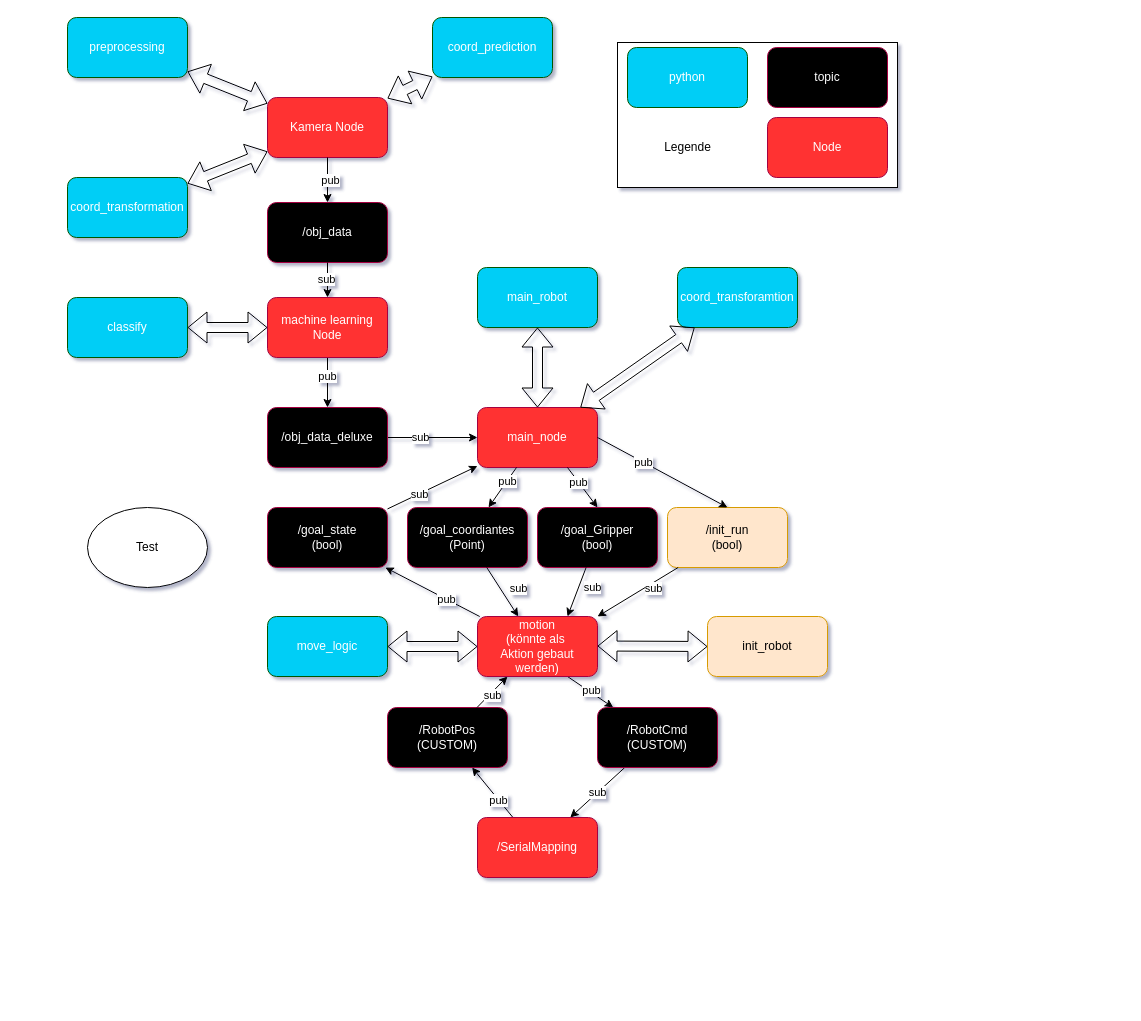
Above: misc/architecture/SW_architecture_v3_pending.drawio in ibinsandig/Portal-zur-Exmatrikulation (draw.io), before the change. Source tidied: cells renumbered, new cells numbered last; positions are measured from the earlier drawing's top-left corner, leaving out a move shared by most shapes. Both pictures are drawn from the tidied source at 100%, with x=0, y=0 at pixel (67, 17).
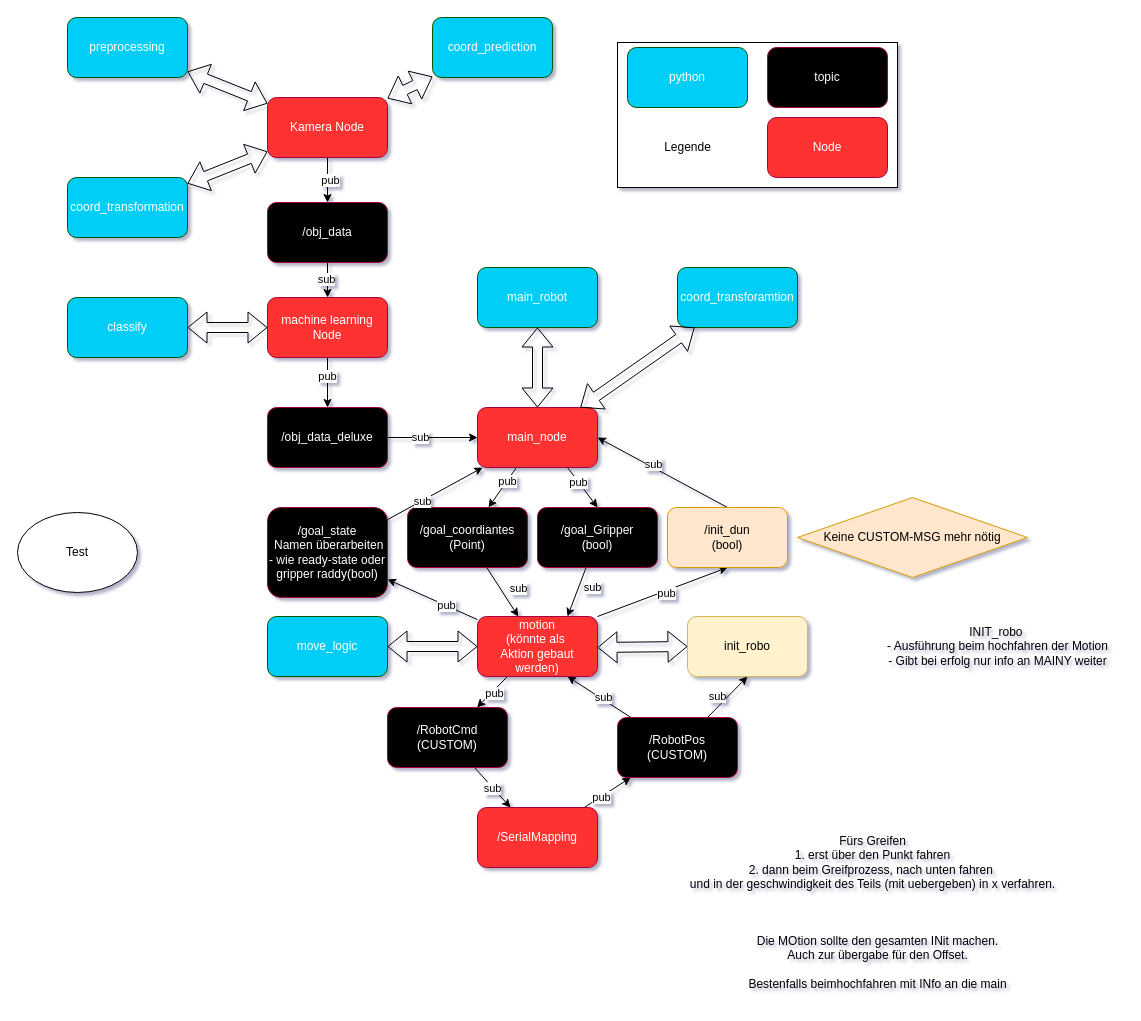
Above is the later version.

The change refers to these unchanged cells:
```xml
<mxCell id="12" value="main_node" style="rounded=1;whiteSpace=wrap;html=1;fillColor=#FF3333;fontColor=#ffffff;strokeColor=#A50040;" parent="1" vertex="1">
  <mxGeometry x="410" y="390" width="120" height="60" as="geometry" />
</mxCell>
<mxCell id="28" value="motion&lt;div&gt;(könnte als&amp;nbsp;&lt;/div&gt;&lt;div&gt;Aktion gebaut werden)&lt;/div&gt;" style="rounded=1;whiteSpace=wrap;html=1;fillColor=#FF3333;fontColor=#ffffff;strokeColor=#A50040;" parent="1" vertex="1">
  <mxGeometry x="410" y="599" width="120" height="60" as="geometry" />
</mxCell>
```

Change to the diagram source:
```diff
@@
     <mxCell id="15" value="/RobotCmd&lt;div&gt;(CUSTOM)&lt;/div&gt;" style="rounded=1;whiteSpace=wrap;html=1;fillColor=light-dark(#000000, #ff7777);fontColor=#ffffff;strokeColor=#A50040;" parent="1" vertex="1">
-      <mxGeometry x="530" y="690" width="120" height="60" as="geometry" />
+      <mxGeometry x="320" y="690" width="120" height="60" as="geometry" />
     </mxCell>
@@
     <mxCell id="18" value="/SerialMapping" style="rounded=1;whiteSpace=wrap;html=1;fillColor=#FF3333;fontColor=#ffffff;strokeColor=#A50040;" parent="1" vertex="1">
-      <mxGeometry x="410" y="800" width="120" height="60" as="geometry" />
+      <mxGeometry x="410" y="790" width="120" height="60" as="geometry" />
     </mxCell>
+    <mxCell id="69" style="edgeStyle=none;html=1;exitX=0.75;exitY=0;exitDx=0;exitDy=0;entryX=0.5;entryY=1;entryDx=0;entryDy=0;" parent="1" edge="1" source="19" target="74">
+      <mxGeometry relative="1" as="geometry" />
+    </mxCell>
     <mxCell id="19" value="/RobotPos&lt;div&gt;(CUSTOM)&lt;/div&gt;" style="rounded=1;whiteSpace=wrap;html=1;fillColor=#000000;fontColor=#ffffff;strokeColor=#A50040;" parent="1" vertex="1">
-      <mxGeometry x="320" y="690" width="120" height="60" as="geometry" />
+      <mxGeometry x="550" y="700" width="120" height="60" as="geometry" />
     </mxCell>
     <mxCell id="20" value="Test" style="ellipse;whiteSpace=wrap;html=1;" parent="1" vertex="1">
-      <mxGeometry x="20" y="490" width="120" height="80" as="geometry" />
+      <mxGeometry x="-50" y="495" width="120" height="80" as="geometry" />
     </mxCell>
-    <mxCell id="21" style="endArrow=classic;html=1;entryX=0.25;entryY=1;entryDx=0;entryDy=0;" parent="1" edge="1" source="19" target="28">
+    <mxCell id="21" style="endArrow=classic;html=1;entryX=0.75;entryY=1;entryDx=0;entryDy=0;" parent="1" edge="1" source="19" target="28">
       <mxGeometry relative="1" as="geometry" />
     </mxCell>
@@
-    <mxCell id="23" style="edgeStyle=none;html=1;exitX=0.75;exitY=1;exitDx=0;exitDy=0;" parent="1" edge="1" source="28" target="15">
+    <mxCell id="23" style="edgeStyle=none;html=1;exitX=0.25;exitY=1;exitDx=0;exitDy=0;" parent="1" edge="1" source="28" target="15">
       <mxGeometry relative="1" as="geometry" />
     </mxCell>
@@
+    <mxCell id="70" style="edgeStyle=none;html=1;exitX=1;exitY=0;exitDx=0;exitDy=0;entryX=0.5;entryY=1;entryDx=0;entryDy=0;" parent="1" edge="1" source="28" target="64">
+      <mxGeometry relative="1" as="geometry" />
+    </mxCell>
@@
-    <mxCell id="38" value="init_robot" style="rounded=1;whiteSpace=wrap;html=1;fillColor=#ffe6cc;strokeColor=#d79b00;" parent="1" vertex="1">
-      <mxGeometry x="640" y="599" width="120" height="60" as="geometry" />
-    </mxCell>
@@
-    <mxCell id="53" value="/goal_state&lt;div&gt;(bool)&lt;/div&gt;" style="rounded=1;whiteSpace=wrap;html=1;fillColor=light-dark(#000000, #ff7777);fontColor=#ffffff;strokeColor=#A50040;" parent="1" vertex="1">
-      <mxGeometry x="200" y="490" width="120" height="60" as="geometry" />
+    <mxCell id="53" value="/goal_state&lt;div&gt;&amp;nbsp;Namen überarbeiten - wie ready-state oder gripper raddy(bool)&lt;/div&gt;" style="rounded=1;whiteSpace=wrap;html=1;fillColor=light-dark(#000000, #ff7777);fontColor=#ffffff;strokeColor=#A50040;" parent="1" vertex="1">
+      <mxGeometry x="200" y="490" width="120" height="90" as="geometry" />
     </mxCell>
@@
-    <mxCell id="63" style="shape=flexArrow;endArrow=classic;startArrow=classic;html=1;exitX=0;exitY=0.5;exitDx=0;exitDy=0;" parent="1" edge="1" source="38">
-      <mxGeometry relative="1" as="geometry">
-        <mxPoint x="530" y="628.5" as="targetPoint" />
-      </mxGeometry>
-    </mxCell>
+    <mxCell id="71" style="edgeStyle=none;html=1;entryX=1;entryY=0.5;entryDx=0;entryDy=0;exitX=0.5;exitY=0;exitDx=0;exitDy=0;" parent="1" edge="1" source="64" target="12">
+      <mxGeometry relative="1" as="geometry" />
+    </mxCell>
-    <mxCell id="64" value="/init_run&lt;div&gt;(bool)&lt;/div&gt;" style="rounded=1;whiteSpace=wrap;html=1;fillColor=#ffe6cc;strokeColor=#d79b00;" parent="1" vertex="1">
+    <mxCell id="64" value="/init_dun&lt;div&gt;(bool)&lt;/div&gt;" style="rounded=1;whiteSpace=wrap;html=1;fillColor=#ffe6cc;strokeColor=#d79b00;" parent="1" vertex="1">
       <mxGeometry x="600" y="490" width="120" height="60" as="geometry" />
     </mxCell>
-    <mxCell id="65" style="edgeStyle=none;html=1;exitX=1;exitY=0.5;exitDx=0;exitDy=0;entryX=0.5;entryY=0;entryDx=0;entryDy=0;" parent="1" edge="1" source="12" target="64">
-      <mxGeometry relative="1" as="geometry" />
-    </mxCell>
+    <mxCell id="72" value="Keine CUSTOM-MSG mehr nötig" style="rhombus;whiteSpace=wrap;html=1;fillColor=#ffe6cc;strokeColor=#d79b00;" parent="1" vertex="1">
+      <mxGeometry x="730" y="480" width="230" height="80" as="geometry" />
+    </mxCell>
+    <mxCell id="73" value="Fürs Greifen&lt;div&gt;1. erst über den Punkt fahren&lt;/div&gt;&lt;div&gt;2. dann beim Greifprozess, nach unten fahren&amp;nbsp;&lt;/div&gt;&lt;div&gt;und in der geschwindigkeit des Teils (mit uebergeben) in x verfahren.&lt;/div&gt;" style="text;html=1;align=center;verticalAlign=middle;strokeColor=none;fillColor=none;" parent="1" vertex="1">
+      <mxGeometry x="610" y="810" width="390" height="70" as="geometry" />
+    </mxCell>
+    <mxCell id="74" value="init_robo" style="rounded=1;whiteSpace=wrap;html=1;fillColor=#fff2cc;strokeColor=#d6b656;" parent="1" vertex="1">
+      <mxGeometry x="620" y="599" width="120" height="60" as="geometry" />
+    </mxCell>
+    <mxCell id="75" style="shape=flexArrow;endArrow=classic;startArrow=classic;html=1;exitX=1;exitY=0.5;exitDx=0;exitDy=0;entryX=0;entryY=0.5;entryDx=0;entryDy=0;" parent="1" edge="1" target="74">
+      <mxGeometry relative="1" as="geometry">
+        <mxPoint x="530" y="630" as="sourcePoint" />
+      </mxGeometry>
+    </mxCell>
+    <mxCell id="76" value="Die MOtion sollte den gesamten INit machen.&lt;div&gt;Auch zur übergabe für den Offset.&lt;/div&gt;&lt;div&gt;&lt;br&gt;&lt;/div&gt;&lt;div&gt;Bestenfalls beimhochfahren mit INfo an die main&lt;/div&gt;" style="text;html=1;align=center;verticalAlign=middle;strokeColor=none;fillColor=none;" parent="1" vertex="1">
+      <mxGeometry x="670" y="910" width="280" height="70" as="geometry" />
+    </mxCell>
+    <mxCell id="77" value="sub" style="edgeLabel;html=1;align=center;verticalAlign=middle;" parent="1" vertex="1">
+      <mxGeometry x="500" y="690" as="geometry">
+        <mxPoint x="149" y="-12" as="offset" />
+      </mxGeometry>
+    </mxCell>
+    <mxCell id="78" value="INIT_robo&amp;nbsp;&lt;div&gt;- Ausführung beim hochfahren der Motion&lt;/div&gt;&lt;div&gt;- Gibt bei erfolg nur info an MAINY weiter&lt;/div&gt;" style="text;html=1;align=center;verticalAlign=middle;strokeColor=none;fillColor=none;" parent="1" vertex="1">
+      <mxGeometry x="810" y="599" width="240" height="60" as="geometry" />
+    </mxCell>
+    <mxCell id="79" value="sub" style="edgeLabel;html=1;align=center;verticalAlign=middle;" parent="1" vertex="1">
+      <mxGeometry x="534.2" y="580.6" as="geometry">
+        <mxPoint x="51" y="-134" as="offset" />
+      </mxGeometry>
+    </mxCell>
-    <mxCell id="66" value="pub" style="edgeLabel;html=1;align=center;verticalAlign=middle;" parent="65" vertex="1">
-      <mxGeometry x="-0.29" relative="1" as="geometry" />
+    <mxCell id="66" value="pub" style="edgeLabel;html=1;align=center;verticalAlign=middle;" parent="1" vertex="1">
+      <mxGeometry x="520.5" y="474" as="geometry">
+        <mxPoint x="78" y="101" as="offset" />
+      </mxGeometry>
     </mxCell>
-    <mxCell id="67" style="edgeStyle=none;html=1;entryX=1;entryY=0;entryDx=0;entryDy=0;" parent="1" edge="1" source="64" target="28">
-      <mxGeometry relative="1" as="geometry" />
-    </mxCell>
-    <mxCell id="68" value="sub" style="edgeLabel;html=1;align=center;verticalAlign=middle;" parent="67" vertex="1">
-      <mxGeometry x="0.01" y="-1" relative="1" as="geometry">
-        <mxPoint x="16" y="-4" as="offset" />
-      </mxGeometry>
-    </mxCell>
```
